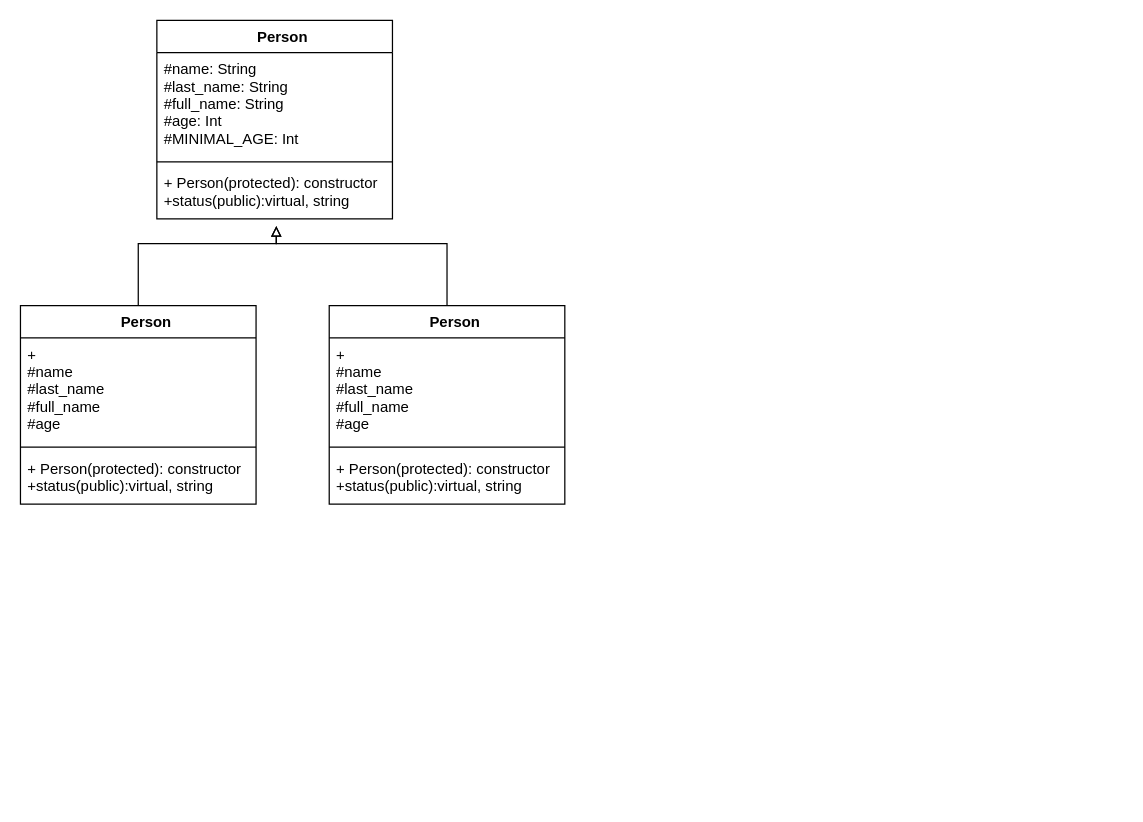
The draw.io diagram OOP_LABA1.drawio in IKatiaI/ads-nahorna-kp13, before the edit. Source tidied: cells renumbered, new cells numbered last; positions are measured from the earlier drawing's top-left corner, leaving out a move shared by most shapes. Both pictures are drawn from the tidied source at 124%, with x=0, y=0 at pixel (20, 20).
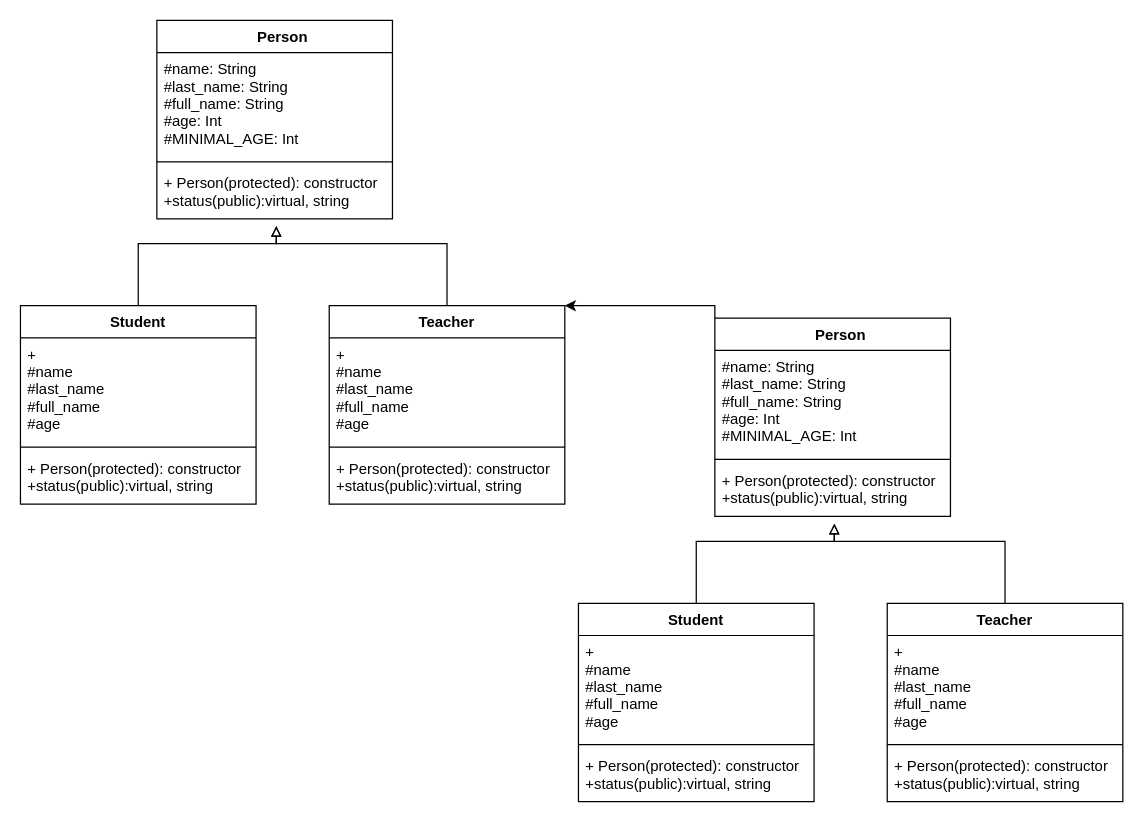
The same page after the edit.

Diff of the diagram source:
```diff
@@
-    <mxCell id="7" value="    Person" style="swimlane;fontStyle=1;align=center;verticalAlign=top;horizontal=1;startSize=26;" parent="1" vertex="1">
+    <mxCell id="7" value="Student" style="swimlane;fontStyle=1;align=center;verticalAlign=top;horizontal=1;startSize=26;" parent="1" vertex="1">
       <mxGeometry y="230" width="190" height="160" as="geometry" />
     </mxCell>
@@
-    <mxCell id="12" value="    Person" style="swimlane;fontStyle=1;align=center;verticalAlign=top;horizontal=1;startSize=26;" parent="1" vertex="1">
+    <mxCell id="12" value="Teacher" style="swimlane;fontStyle=1;align=center;verticalAlign=top;horizontal=1;startSize=26;" parent="1" vertex="1">
       <mxGeometry x="249" y="230" width="190" height="160" as="geometry" />
     </mxCell>
@@
+    <mxCell id="16" style="edgeStyle=orthogonalEdgeStyle;rounded=0;jettySize=auto;html=1;exitX=0;exitY=0;exitDx=0;exitDy=0;entryX=1;entryY=0;entryDx=0;entryDy=0;endArrow=classic;endFill=1;" parent="1" edge="1" source="17" target="12">
+      <mxGeometry relative="1" as="geometry">
+        <Array as="points">
+          <mxPoint x="560" y="230" />
+        </Array>
+      </mxGeometry>
+    </mxCell>
+    <mxCell id="17" value="    Person" style="swimlane;fontStyle=1;align=center;verticalAlign=top;horizontal=1;startSize=26;" parent="1" vertex="1">
+      <mxGeometry x="560" y="240" width="190" height="160" as="geometry" />
+    </mxCell>
+    <mxCell id="18" value="#name: String&#10;#last_name: String&#10;#full_name: String&#10;#age: Int&#10;#MINIMAL_AGE: Int" style="text;strokeColor=none;fillColor=none;align=left;verticalAlign=top;spacingLeft=4;spacingRight=4;overflow=hidden;" parent="17" vertex="1">
+      <mxGeometry y="26" width="190" height="84" as="geometry" />
+    </mxCell>
+    <mxCell id="19" style="line;strokeWidth=1;fillColor=none;align=left;verticalAlign=middle;spacingTop=-1;spacingLeft=3;spacingRight=3;labelPosition=right;strokeColor=inherit;" parent="17" vertex="1">
+      <mxGeometry y="110" width="190" height="8" as="geometry" />
+    </mxCell>
+    <mxCell id="20" value="+ Person(protected): constructor&#10;+status(public):virtual, string" style="text;strokeColor=none;fillColor=none;align=left;verticalAlign=top;spacingLeft=4;spacingRight=4;overflow=hidden;points=[[0,0.5],[1,0.5]];portConstraint=eastwest;" parent="17" vertex="1">
+      <mxGeometry y="118" width="190" height="42" as="geometry" />
+    </mxCell>
+    <mxCell id="21" style="edgeStyle=orthogonalEdgeStyle;rounded=0;jettySize=auto;html=1;exitX=0.5;exitY=0;exitDx=0;exitDy=0;entryX=0.507;entryY=1.139;entryDx=0;entryDy=0;entryPerimeter=0;endArrow=block;endFill=0;" parent="1" edge="1" source="22" target="20">
+      <mxGeometry relative="1" as="geometry">
+        <Array as="points">
+          <mxPoint x="545" y="420" />
+          <mxPoint x="656" y="420" />
+        </Array>
+      </mxGeometry>
+    </mxCell>
+    <mxCell id="22" value="Student" style="swimlane;fontStyle=1;align=center;verticalAlign=top;horizontal=1;startSize=26;" parent="1" vertex="1">
+      <mxGeometry x="450" y="470" width="190" height="160" as="geometry" />
+    </mxCell>
+    <mxCell id="23" value="+&#10;#name&#10;#last_name&#10;#full_name&#10;#age&#10;" style="text;strokeColor=none;fillColor=none;align=left;verticalAlign=top;spacingLeft=4;spacingRight=4;overflow=hidden;" parent="22" vertex="1">
+      <mxGeometry y="26" width="190" height="84" as="geometry" />
+    </mxCell>
+    <mxCell id="24" style="line;strokeWidth=1;fillColor=none;align=left;verticalAlign=middle;spacingTop=-1;spacingLeft=3;spacingRight=3;labelPosition=right;strokeColor=inherit;" parent="22" vertex="1">
+      <mxGeometry y="110" width="190" height="8" as="geometry" />
+    </mxCell>
+    <mxCell id="25" value="+ Person(protected): constructor&#10;+status(public):virtual, string" style="text;strokeColor=none;fillColor=none;align=left;verticalAlign=top;spacingLeft=4;spacingRight=4;overflow=hidden;" parent="22" vertex="1">
+      <mxGeometry y="118" width="190" height="42" as="geometry" />
+    </mxCell>
+    <mxCell id="26" style="edgeStyle=orthogonalEdgeStyle;rounded=0;jettySize=auto;html=1;exitX=0.5;exitY=0;exitDx=0;exitDy=0;entryX=0.507;entryY=1.139;entryDx=0;entryDy=0;entryPerimeter=0;endArrow=block;endFill=0;" parent="1" edge="1" source="27" target="20">
+      <mxGeometry relative="1" as="geometry">
+        <Array as="points">
+          <mxPoint x="794" y="420" />
+          <mxPoint x="656" y="420" />
+        </Array>
+      </mxGeometry>
+    </mxCell>
+    <mxCell id="27" value="Teacher" style="swimlane;fontStyle=1;align=center;verticalAlign=top;horizontal=1;startSize=26;" parent="1" vertex="1">
+      <mxGeometry x="699" y="470" width="190" height="160" as="geometry" />
+    </mxCell>
+    <mxCell id="28" value="+&#10;#name&#10;#last_name&#10;#full_name&#10;#age&#10;" style="text;strokeColor=none;fillColor=none;align=left;verticalAlign=top;spacingLeft=4;spacingRight=4;overflow=hidden;" parent="27" vertex="1">
+      <mxGeometry y="26" width="190" height="84" as="geometry" />
+    </mxCell>
+    <mxCell id="29" style="line;strokeWidth=1;fillColor=none;align=left;verticalAlign=middle;spacingTop=-1;spacingLeft=3;spacingRight=3;labelPosition=right;strokeColor=inherit;" parent="27" vertex="1">
+      <mxGeometry y="110" width="190" height="8" as="geometry" />
+    </mxCell>
+    <mxCell id="30" value="+ Person(protected): constructor&#10;+status(public):virtual, string" style="text;strokeColor=none;fillColor=none;align=left;verticalAlign=top;spacingLeft=4;spacingRight=4;overflow=hidden;" parent="27" vertex="1">
+      <mxGeometry y="118" width="190" height="42" as="geometry" />
+    </mxCell>
```
